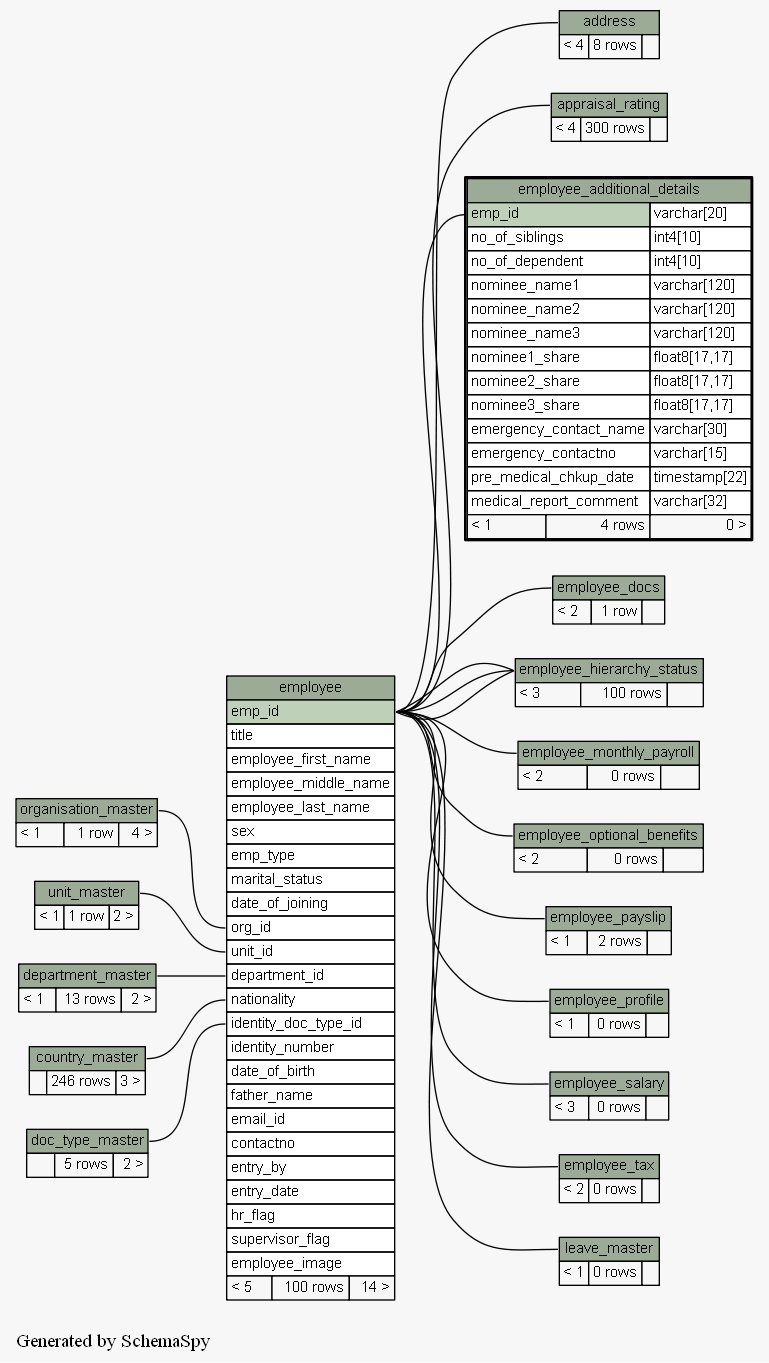
Above: docs/database/schemaspy/graphs/employee_additional_details.2degrees.png in engineerscraft/hrms (Graphviz), before the change. Its source is kept beside it as docs/database/schemaspy/graphs/employee_additional_details.2degrees.dot.
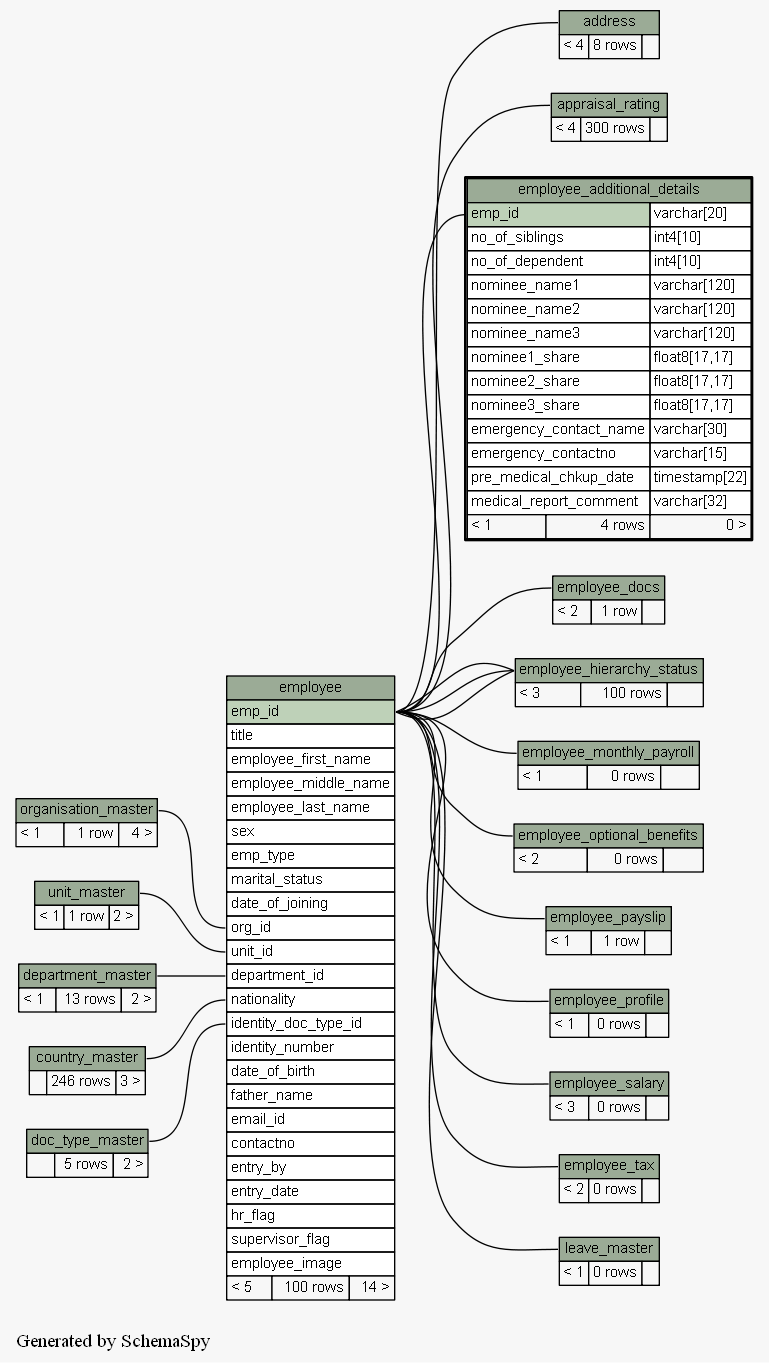
Later version of the same file.

Change to the diagram source:
```diff
@@ -154,7 +154,7 @@
     label=<
     <TABLE BORDER="0" CELLBORDER="1" CELLSPACING="0" BGCOLOR="#ffffff">
       <TR><TD PORT="employee_monthly_payroll.heading" COLSPAN="3" BGCOLOR="#9bab96" ALIGN="CENTER">employee_monthly_payroll</TD></TR>
-      <TR><TD ALIGN="LEFT" BGCOLOR="#f7f7f7">&lt; 2</TD><TD ALIGN="RIGHT" BGCOLOR="#f7f7f7">0 rows</TD><TD ALIGN="RIGHT" BGCOLOR="#f7f7f7">  </TD></TR>
+      <TR><TD ALIGN="LEFT" BGCOLOR="#f7f7f7">&lt; 1</TD><TD ALIGN="RIGHT" BGCOLOR="#f7f7f7">0 rows</TD><TD ALIGN="RIGHT" BGCOLOR="#f7f7f7">  </TD></TR>
     </TABLE>>
     URL="employee_monthly_payroll.html#graph"
     tooltip="employee_monthly_payroll"
@@ -172,7 +172,7 @@
     label=<
     <TABLE BORDER="0" CELLBORDER="1" CELLSPACING="0" BGCOLOR="#ffffff">
       <TR><TD PORT="employee_payslip.heading" COLSPAN="3" BGCOLOR="#9bab96" ALIGN="CENTER">employee_payslip</TD></TR>
-      <TR><TD ALIGN="LEFT" BGCOLOR="#f7f7f7">&lt; 1</TD><TD ALIGN="RIGHT" BGCOLOR="#f7f7f7">2 rows</TD><TD ALIGN="RIGHT" BGCOLOR="#f7f7f7">  </TD></TR>
+      <TR><TD ALIGN="LEFT" BGCOLOR="#f7f7f7">&lt; 1</TD><TD ALIGN="RIGHT" BGCOLOR="#f7f7f7">1 row</TD><TD ALIGN="RIGHT" BGCOLOR="#f7f7f7">  </TD></TR>
     </TABLE>>
     URL="employee_payslip.html#graph"
     tooltip="employee_payslip"
```
